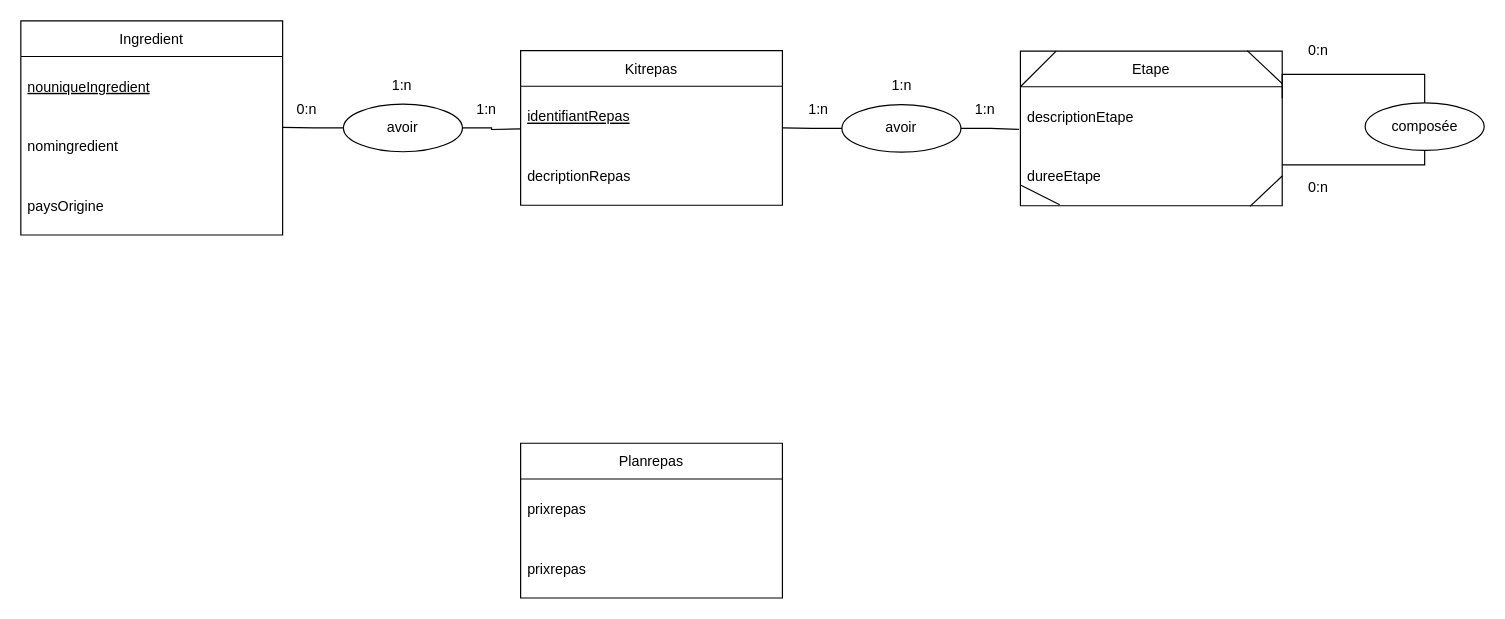
Above: TP2.drawio in laura-salas/IFT3710 (draw.io), before the change. Source tidied: cells renumbered, new cells numbered last; positions are measured from the earlier drawing's top-left corner, leaving out a move shared by most shapes. Both pictures are drawn from the tidied source at 119%, with x=0, y=0 at pixel (20, 20).
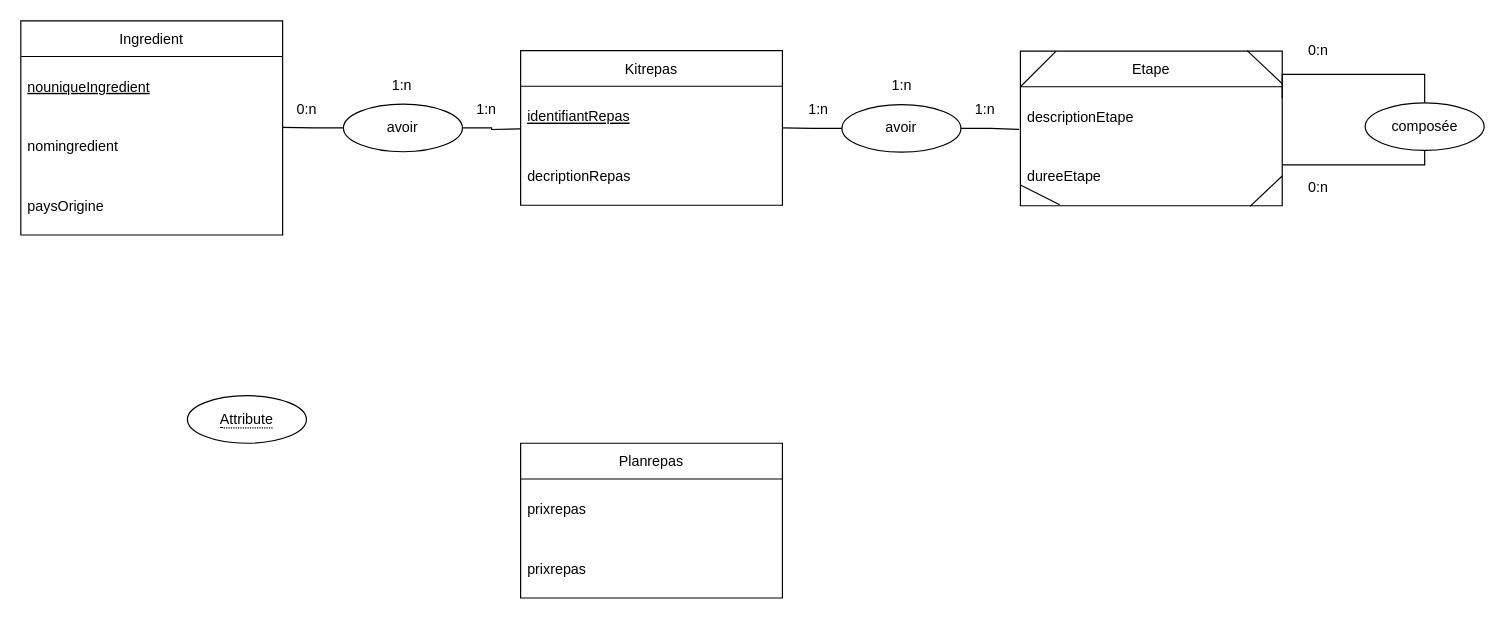
The same diagram, later.

The edit, as a diff of the source:
```diff
@@
+    <mxCell id="36" value="&lt;span style=&quot;border-bottom: 1px dotted&quot;&gt;Attribute&lt;/span&gt;" style="ellipse;whiteSpace=wrap;html=1;align=center;strokeColor=default;fillColor=none;" parent="1" vertex="1">
+      <mxGeometry x="140" y="315" width="100" height="40" as="geometry" />
+    </mxCell>
```
